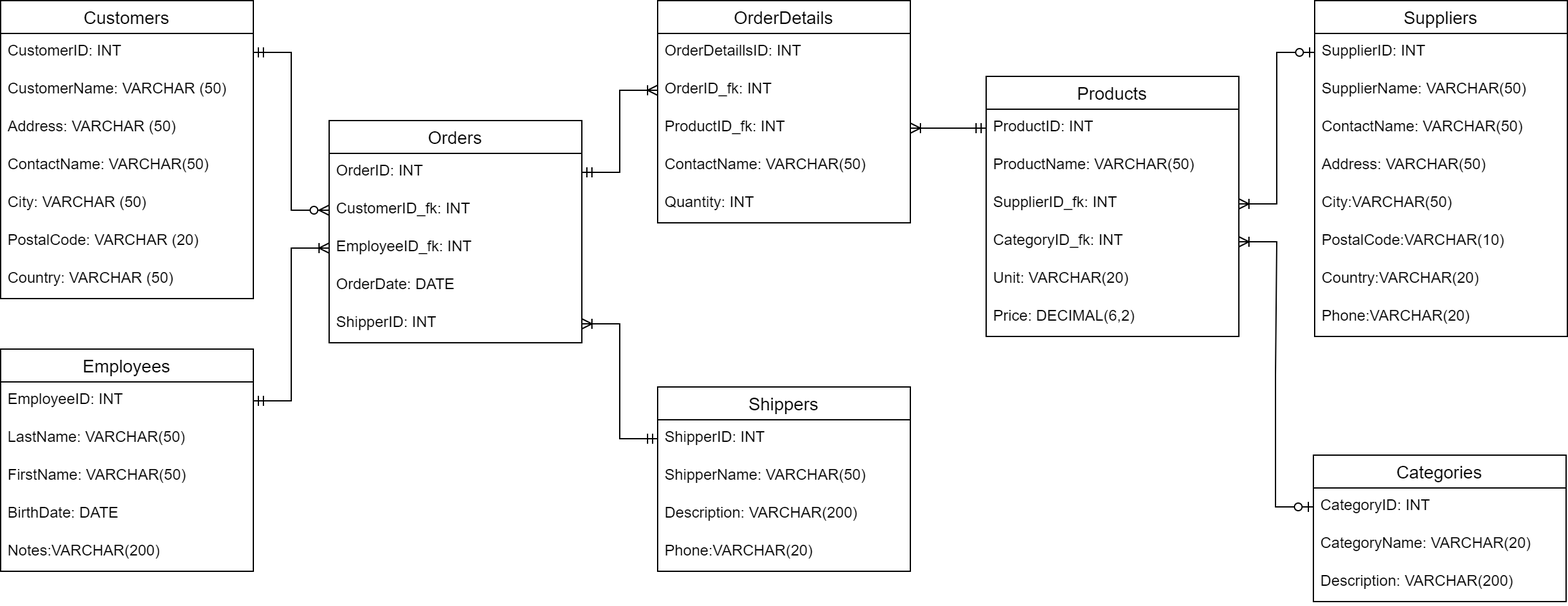
The draw.io diagram wiki/media/modul/m290/learningunits/lu03/loesungen/l07.drawio.png in BZZ-Commons/bzz-dokuwiki, before a commit. Source tidied: cells renumbered, new cells last; positions are measured from the earlier drawing's top-left corner, leaving out a move shared by most shapes.
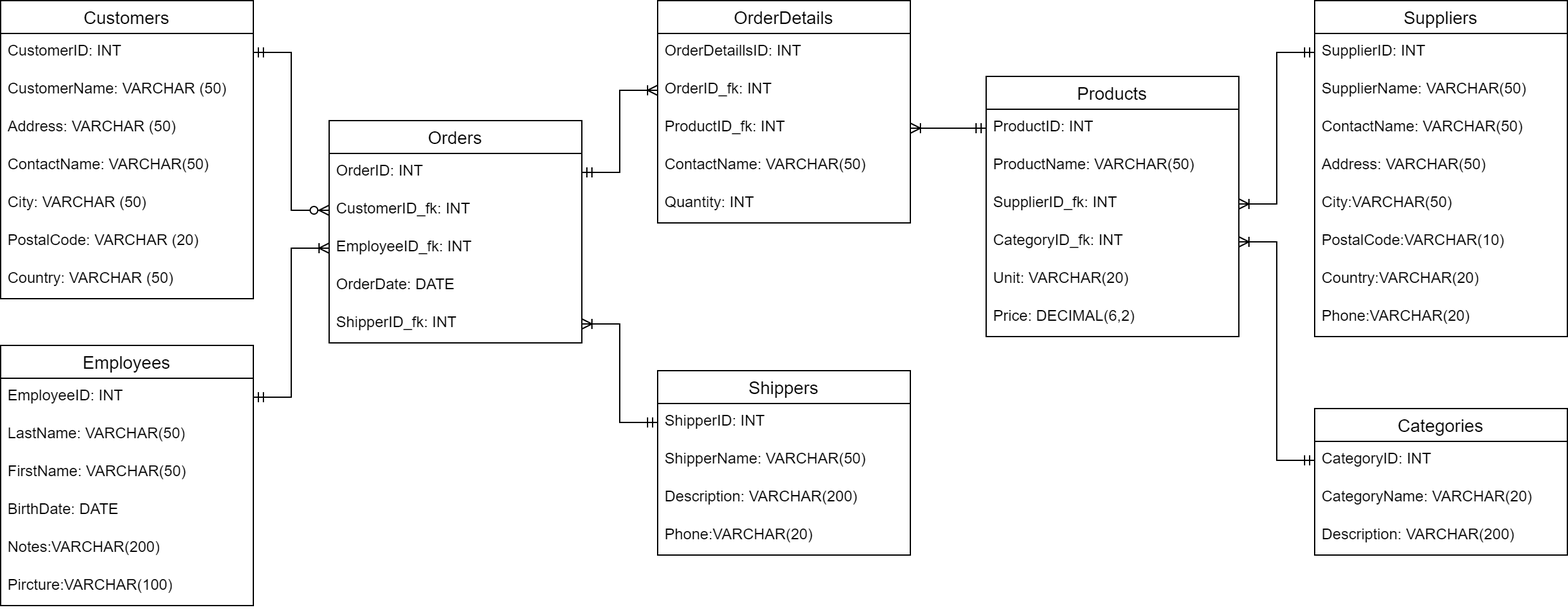
After the change.

Change to the diagram source:
```diff
@@ -27,7 +27,7 @@
       <mxGeometry y="206" width="200" height="30" as="geometry" />
     </mxCell>
     <mxCell id="10" value="Categories" style="swimlane;fontStyle=0;horizontal=1;startSize=26;align=center;fontSize=14;" parent="1" vertex="1">
-      <mxGeometry x="1039" y="360" width="200" height="116" as="geometry" />
+      <mxGeometry x="1040" y="323" width="200" height="116" as="geometry" />
     </mxCell>
     <mxCell id="11" value="CategoryID: INT" style="text;strokeColor=none;fillColor=none;spacingLeft=4;spacingRight=4;overflow=hidden;points=[[0,0.5],[1,0.5]];portConstraint=eastwest;fontSize=12;whiteSpace=wrap;html=1;" parent="10" vertex="1">
       <mxGeometry y="26" width="200" height="30" as="geometry" />
@@ -39,7 +39,7 @@
       <mxGeometry y="86" width="200" height="30" as="geometry" />
     </mxCell>
     <mxCell id="14" value="Employees" style="swimlane;fontStyle=0;horizontal=1;startSize=26;align=center;fontSize=14;" parent="1" vertex="1">
-      <mxGeometry y="276" width="200" height="176" as="geometry" />
+      <mxGeometry y="273" width="200" height="206" as="geometry" />
     </mxCell>
     <mxCell id="15" value="EmployeeID: INT" style="text;strokeColor=none;fillColor=none;spacingLeft=4;spacingRight=4;overflow=hidden;points=[[0,0.5],[1,0.5]];portConstraint=eastwest;fontSize=12;whiteSpace=wrap;html=1;" parent="14" vertex="1">
       <mxGeometry y="26" width="200" height="30" as="geometry" />
@@ -56,6 +56,9 @@
     <mxCell id="19" value="Notes:VARCHAR(200)" style="text;strokeColor=none;fillColor=none;spacingLeft=4;spacingRight=4;overflow=hidden;fontSize=12;whiteSpace=wrap;html=1;" parent="14" vertex="1">
       <mxGeometry y="146" width="200" height="30" as="geometry" />
     </mxCell>
+    <mxCell id="60" value="Pircture&lt;span style=&quot;background-color: initial;&quot;&gt;:VARCHAR(100)&lt;/span&gt;" style="text;strokeColor=none;fillColor=none;spacingLeft=4;spacingRight=4;overflow=hidden;fontSize=12;whiteSpace=wrap;html=1;" parent="14" vertex="1">
+      <mxGeometry y="176" width="200" height="30" as="geometry" />
+    </mxCell>
     <mxCell id="20" value="Suppliers" style="swimlane;fontStyle=0;horizontal=1;startSize=26;align=center;fontSize=14;" parent="1" vertex="1">
       <mxGeometry x="1040" width="200" height="266" as="geometry" />
     </mxCell>
@@ -104,12 +107,6 @@
     <mxCell id="35" value="Price: DECIMAL(6,2)" style="text;strokeColor=none;fillColor=none;spacingLeft=4;spacingRight=4;overflow=hidden;fontSize=12;whiteSpace=wrap;html=1;" parent="29" vertex="1">
       <mxGeometry y="176" width="200" height="30" as="geometry" />
     </mxCell>
-    <mxCell id="36" style="edgeStyle=entityRelationEdgeStyle;fontSize=12;html=1;endArrow=ERoneToMany;startArrow=ERzeroToOne;rounded=0;" parent="1" edge="1" source="11" target="33">
-      <mxGeometry relative="1" as="geometry" />
-    </mxCell>
-    <mxCell id="37" style="edgeStyle=entityRelationEdgeStyle;fontSize=12;html=1;endArrow=ERoneToMany;startArrow=ERzeroToOne;rounded=0;" parent="1" edge="1" source="21" target="32">
-      <mxGeometry relative="1" as="geometry" />
-    </mxCell>
     <mxCell id="38" value="OrderDetails" style="swimlane;fontStyle=0;horizontal=1;startSize=26;align=center;fontSize=14;" parent="1" vertex="1">
       <mxGeometry x="520" width="200" height="176" as="geometry" />
     </mxCell>
@@ -143,14 +140,14 @@
     <mxCell id="48" value="OrderDate: DATE&lt;span style=&quot;white-space: pre;&quot;&gt;&#9;&lt;/span&gt;" style="text;strokeColor=none;fillColor=none;spacingLeft=4;spacingRight=4;overflow=hidden;fontSize=12;whiteSpace=wrap;html=1;" parent="44" vertex="1">
       <mxGeometry y="116" width="200" height="30" as="geometry" />
     </mxCell>
-    <mxCell id="49" value="ShipperID: INT" style="text;strokeColor=none;fillColor=none;spacingLeft=4;spacingRight=4;overflow=hidden;points=[[0,0.5],[1,0.5]];portConstraint=eastwest;fontSize=12;whiteSpace=wrap;html=1;" parent="44" vertex="1">
+    <mxCell id="49" value="ShipperID_fk: INT" style="text;strokeColor=none;fillColor=none;spacingLeft=4;spacingRight=4;overflow=hidden;points=[[0,0.5],[1,0.5]];portConstraint=eastwest;fontSize=12;whiteSpace=wrap;html=1;" parent="44" vertex="1">
       <mxGeometry y="146" width="200" height="30" as="geometry" />
     </mxCell>
     <mxCell id="50" style="edgeStyle=entityRelationEdgeStyle;fontSize=12;html=1;endArrow=ERoneToMany;startArrow=ERmandOne;rounded=0;" parent="1" edge="1" source="15" target="47">
       <mxGeometry relative="1" as="geometry" />
     </mxCell>
     <mxCell id="51" value="Shippers" style="swimlane;fontStyle=0;horizontal=1;startSize=26;align=center;fontSize=14;" parent="1" vertex="1">
-      <mxGeometry x="520" y="306" width="200" height="146" as="geometry" />
+      <mxGeometry x="520" y="293" width="200" height="146" as="geometry" />
     </mxCell>
     <mxCell id="52" value="ShipperID: INT" style="text;strokeColor=none;fillColor=none;spacingLeft=4;spacingRight=4;overflow=hidden;points=[[0,0.5],[1,0.5]];portConstraint=eastwest;fontSize=12;whiteSpace=wrap;html=1;" parent="51" vertex="1">
       <mxGeometry y="26" width="200" height="30" as="geometry" />
@@ -176,5 +173,19 @@
     <mxCell id="59" style="edgeStyle=entityRelationEdgeStyle;fontSize=12;html=1;endArrow=ERoneToMany;startArrow=ERmandOne;rounded=0;" parent="1" edge="1" source="30" target="41">
       <mxGeometry relative="1" as="geometry" />
     </mxCell>
+    <mxCell id="37" style="edgeStyle=entityRelationEdgeStyle;fontSize=12;html=1;endArrow=ERoneToMany;startArrow=ERmandOne;rounded=0;" parent="1" edge="1" source="21" target="32">
+      <mxGeometry relative="1" as="geometry">
+        <Array as="points">
+          <mxPoint x="956" y="607.5" />
+        </Array>
+      </mxGeometry>
+    </mxCell>
+    <mxCell id="36" style="edgeStyle=entityRelationEdgeStyle;fontSize=12;html=1;endArrow=ERoneToMany;startArrow=ERmandOne;rounded=0;" parent="1" edge="1" source="11" target="33">
+      <mxGeometry relative="1" as="geometry">
+        <Array as="points">
+          <mxPoint x="966" y="617.5" />
+        </Array>
+      </mxGeometry>
+    </mxCell>
   </root>
 </mxGraphModel>
```
